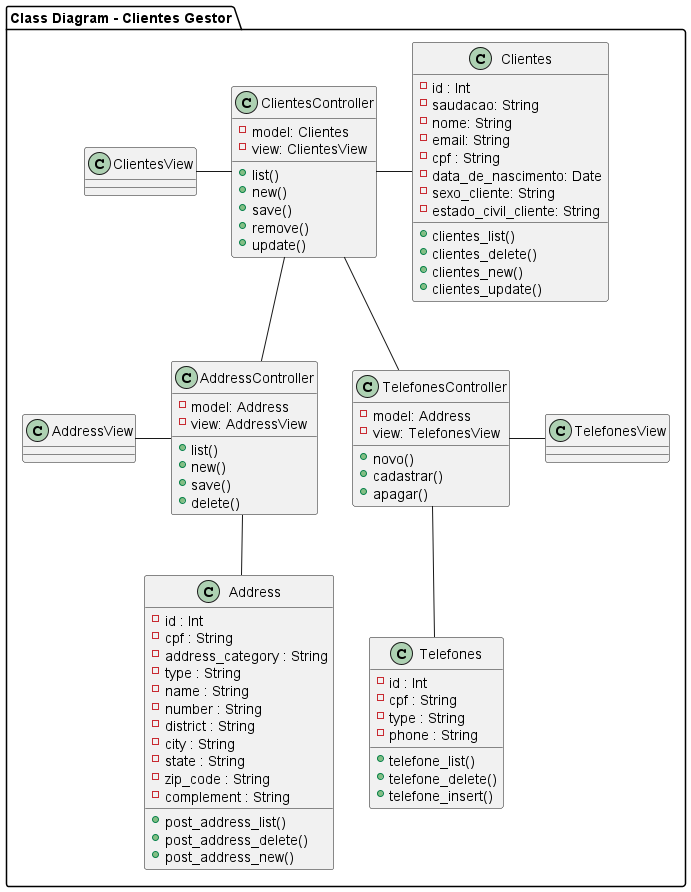
The PlantUML diagram modelagem/Class_Diagram.png in douglascarlos-dev/Clientes-Gestor, before a commit.
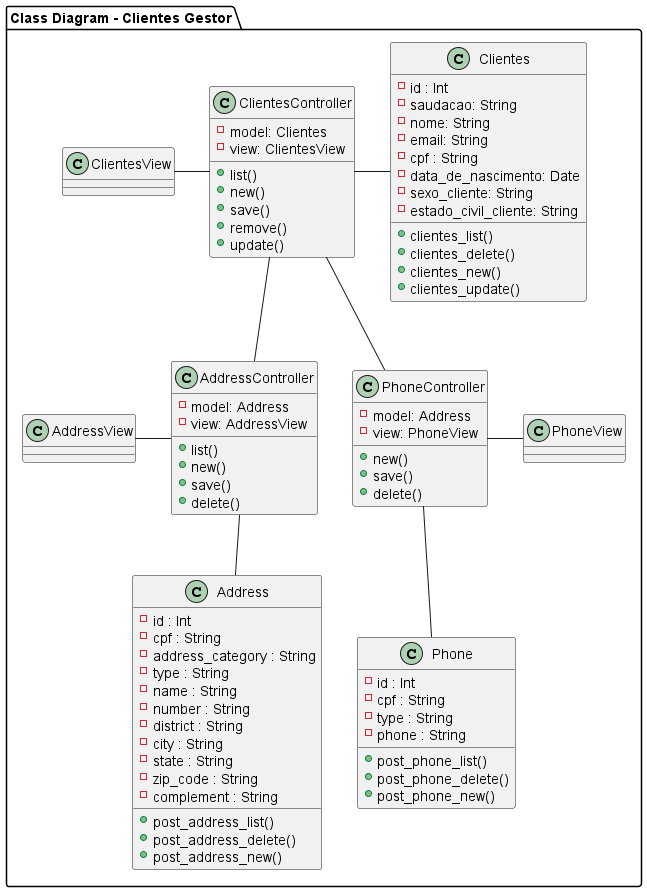
Above is the later version.

The edit, as a diff of the source:
```diff
@@ -5,13 +5,13 @@
 ClientesController -left- ClientesView
 ClientesController -right- Clientes
 ClientesController -- AddressController
-ClientesController -- TelefonesController
+ClientesController -- PhoneController
 
 AddressController -left- AddressView
 AddressController -- Address
 
-TelefonesController -right- TelefonesView
-TelefonesController -- Telefones
+PhoneController -right- PhoneView
+PhoneController -- Phone
 
 class ClientesController {
     -model: Clientes
@@ -47,12 +47,12 @@
     +delete()
 }
 
-class TelefonesController {
+class PhoneController {
     -model: Address
-    -view: TelefonesView
-    +novo()
-    +cadastrar()
-    +apagar()
+    -view: PhoneView
+    +new()
+    +save()
+    +delete()
 }
 
 class Address {
@@ -72,14 +72,14 @@
     +post_address_new()
 }
 
-class Telefones {
+class Phone {
     -id : Int
     -cpf : String
     -type : String
     -phone : String
-    +telefone_list()
-    +telefone_delete()
-    +telefone_insert()
+    +post_phone_list()
+    +post_phone_delete()
+    +post_phone_new()
 }
 
 class AddressView {
```
